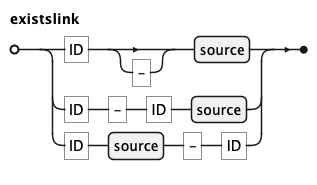
Above: docs/kql/existslink.png in koryki-java/core (PlantUML), before the change. Source of this version:
```plantuml
@startebnf
' border and background
skinparam legendBorderColor transparent
skinparam legendBackgroundColor white

'title existslink

existslink = "ID", ["-"], source
  | "ID", "-", "ID", source
  | "ID", source, "-", "ID"
;

@endebnf
```
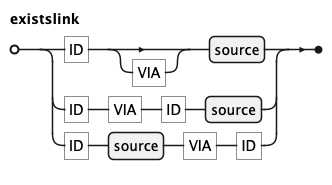
Above is the later version.

Commit message:
docs kql_ebnf, link and existslink with VIA-keyword

What changed in the source:
```diff
@@ -5,9 +5,9 @@
 
 'title existslink
 
-existslink = "ID", ["-"], source
-  | "ID", "-", "ID", source
-  | "ID", source, "-", "ID"
+existslink = "ID", ["VIA"], source
+  | "ID", "VIA", "ID", source
+  | "ID", source, "VIA", "ID"
 ;
 
 @endebnf
```
